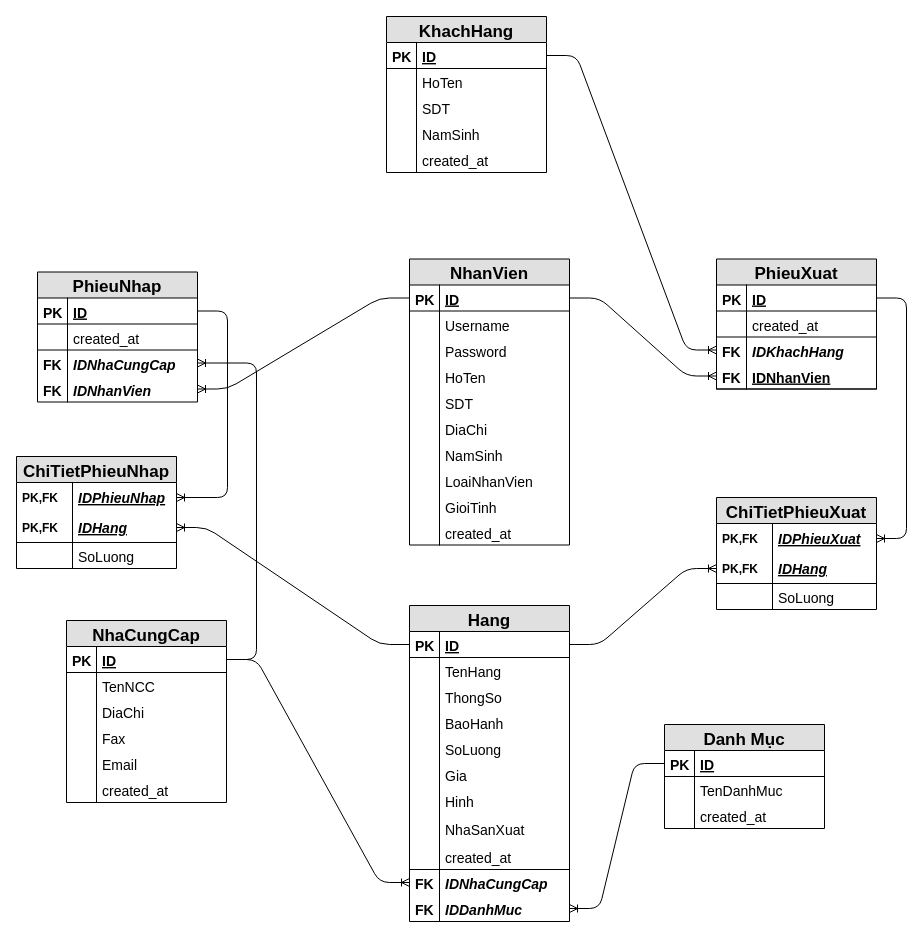
thienqnpro02/school keeps this draw.io diagram as DatabaseAnalyst/final/edit/SoDoThucTheLienKet.drawio. Above is the earlier version. Source tidied: cells renumbered, new cells numbered last; positions are measured from the earlier drawing's top-left corner, leaving out a move shared by most shapes. Both pictures are drawn from the tidied source at 100%, with x=0, y=0 at pixel (16, 16).
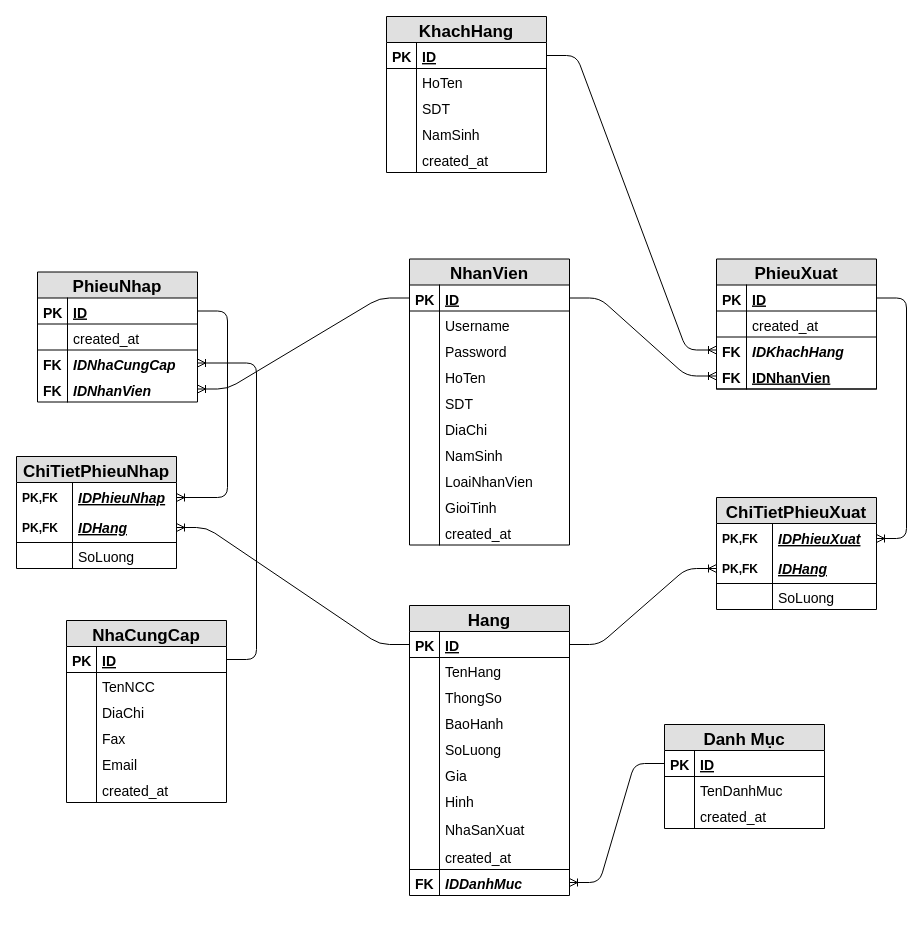
After the change.

Unchanged cells that the change refers to:
```xml
<mxCell id="5" value="ID" style="shape=partialRectangle;top=0;left=0;right=0;bottom=1;align=left;verticalAlign=top;fillColor=none;spacingLeft=34;spacingRight=4;overflow=hidden;points=[[0,0.5],[1,0.5]];portConstraint=eastwest;fontSize=14;fontStyle=5;" parent="4" vertex="1">
  <mxGeometry y="26" width="160" height="26" as="geometry" />
</mxCell>
<mxCell id="12" value="ID" style="shape=partialRectangle;top=0;left=0;right=0;bottom=1;align=left;verticalAlign=top;fillColor=none;spacingLeft=34;spacingRight=4;overflow=hidden;points=[[0,0.5],[1,0.5]];portConstraint=eastwest;fontSize=14;fontStyle=5;" parent="11" vertex="1">
  <mxGeometry y="26" width="160" height="26" as="geometry" />
</mxCell>
```

The edit, as a diff of the source:
```diff
@@
-    <mxCell id="3" style="edgeStyle=entityRelationEdgeStyle;fontSize=12;html=1;endArrow=ERoneToMany;" parent="1" edge="1" source="12" target="43">
-      <mxGeometry relative="1" as="geometry" />
-    </mxCell>
@@
     <mxCell id="24" value="Hang" style="swimlane;fontStyle=1;horizontal=1;startSize=26;fillColor=#e0e0e0;swimlaneFillColor=#ffffff;align=center;fontSize=17;" parent="1" vertex="1">
-      <mxGeometry x="393" y="589" width="160" height="316" as="geometry" />
+      <mxGeometry x="393" y="589" width="160" height="290" as="geometry" />
     </mxCell>
@@
-    <mxCell id="43" value="IDNhaCungCap" style="shape=partialRectangle;top=0;left=0;right=0;bottom=0;align=left;verticalAlign=top;fillColor=none;spacingLeft=34;spacingRight=4;overflow=hidden;points=[[0,0.5],[1,0.5]];portConstraint=eastwest;fontSize=14;fontStyle=3;" parent="24" vertex="1">
+    <mxCell id="43" value="IDDanhMuc" style="shape=partialRectangle;top=0;left=0;right=0;bottom=0;align=left;verticalAlign=top;fillColor=none;spacingLeft=34;spacingRight=4;overflow=hidden;points=[[0,0.5],[1,0.5]];portConstraint=eastwest;fontSize=14;fontStyle=3;" parent="24" vertex="1">
       <mxGeometry y="264" width="160" height="26" as="geometry" />
     </mxCell>
@@
-    <mxCell id="45" value="IDDanhMuc" style="shape=partialRectangle;top=0;left=0;right=0;bottom=0;align=left;verticalAlign=top;fillColor=none;spacingLeft=34;spacingRight=4;overflow=hidden;points=[[0,0.5],[1,0.5]];portConstraint=eastwest;fontSize=14;fontStyle=3;" parent="24" vertex="1">
-      <mxGeometry y="290" width="160" height="26" as="geometry" />
-    </mxCell>
-    <mxCell id="46" value="FK" style="shape=partialRectangle;top=0;left=0;bottom=0;fillColor=none;align=left;verticalAlign=top;spacingLeft=4;spacingRight=4;overflow=hidden;fontSize=14;fontStyle=1;" parent="45" vertex="1">
-      <mxGeometry width="30" height="26" as="geometry" />
-    </mxCell>
@@
-    <mxCell id="118" style="edgeStyle=entityRelationEdgeStyle;fontSize=12;html=1;endArrow=ERoneToMany;" parent="1" edge="1" source="5" target="45">
+    <mxCell id="118" style="edgeStyle=entityRelationEdgeStyle;fontSize=12;html=1;endArrow=ERoneToMany;" parent="1" edge="1" source="5" target="43">
       <mxGeometry relative="1" as="geometry" />
     </mxCell>
```
